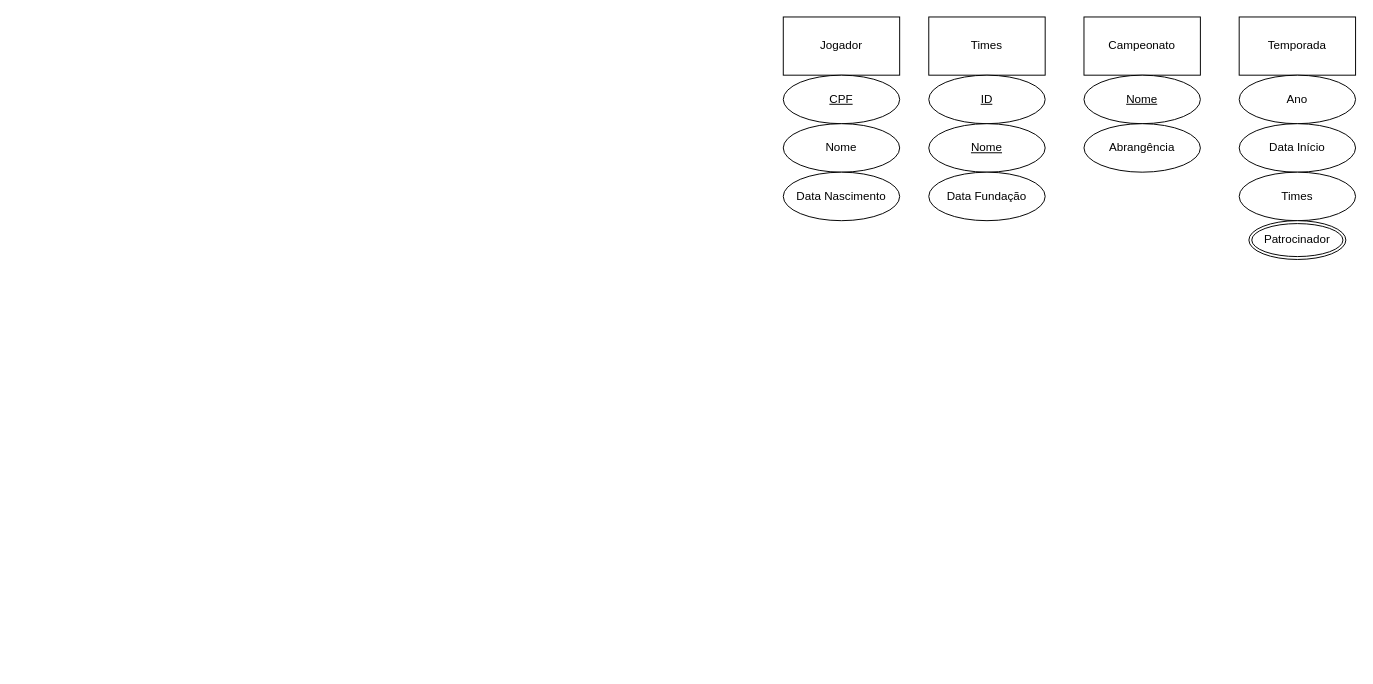
Before: Untitled Diagram.drawio in artfrc/SBD, a draw.io diagram. Source tidied: cells renumbered, new cells numbered last; positions are measured from the earlier drawing's top-left corner, leaving out a move shared by most shapes. Both pictures are drawn from the tidied source at 97%, with x=0, y=0 at pixel (783, 16).
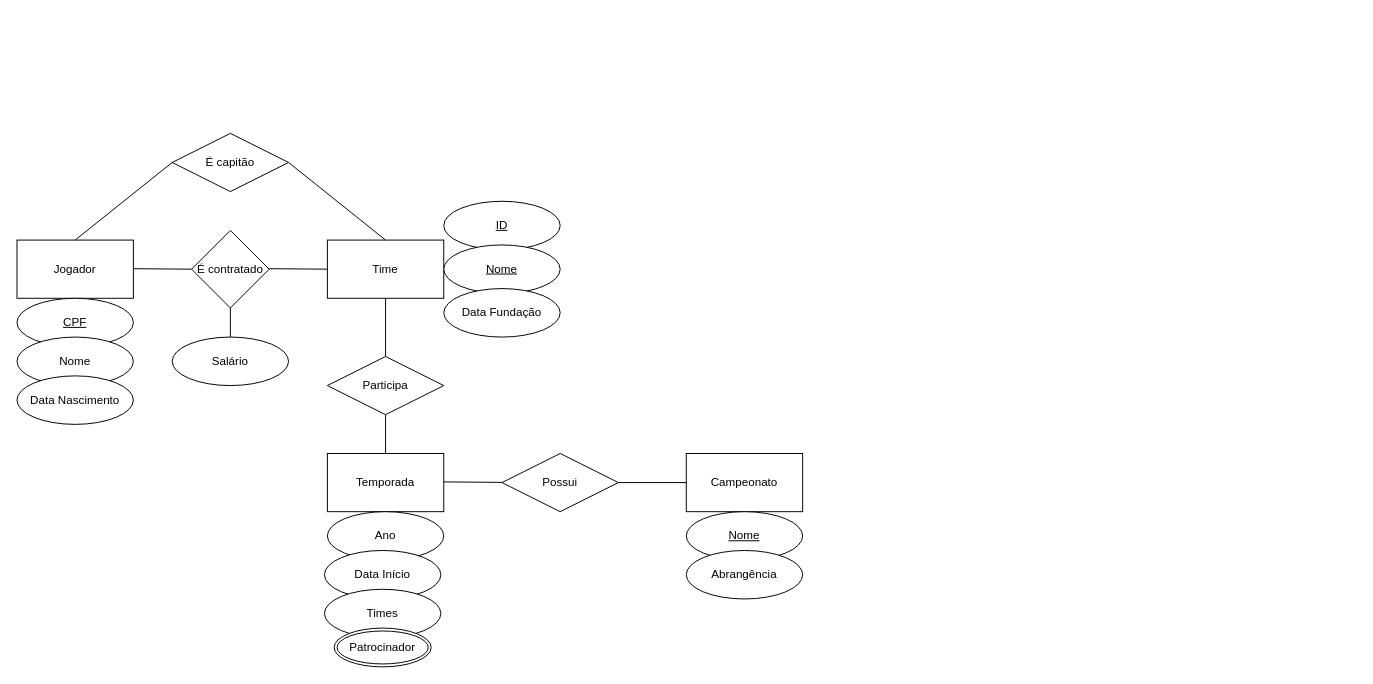
Above is the later version.

What changed in the source:
```diff
@@
+    <mxCell id="18" style="edgeStyle=orthogonalEdgeStyle;rounded=0;jettySize=auto;html=1;strokeColor=none;" parent="1" edge="1" source="2" target="19">
+      <mxGeometry relative="1" as="geometry" />
+    </mxCell>
     <mxCell id="2" value="Jogador" style="rounded=0;whiteSpace=wrap;html=1;" parent="1" vertex="1">
-      <mxGeometry width="120" height="60" as="geometry" />
+      <mxGeometry x="-790" y="230" width="120" height="60" as="geometry" />
     </mxCell>
     <mxCell id="3" value="&lt;u&gt;CPF&lt;/u&gt;" style="ellipse;whiteSpace=wrap;html=1;" parent="1" vertex="1">
-      <mxGeometry y="60" width="120" height="50" as="geometry" />
+      <mxGeometry x="-790" y="290" width="120" height="50" as="geometry" />
     </mxCell>
     <mxCell id="4" value="Nome" style="ellipse;whiteSpace=wrap;html=1;" parent="1" vertex="1">
-      <mxGeometry y="110" width="120" height="50" as="geometry" />
+      <mxGeometry x="-790" y="330" width="120" height="50" as="geometry" />
     </mxCell>
     <mxCell id="5" value="Data Nascimento" style="ellipse;whiteSpace=wrap;html=1;" parent="1" vertex="1">
-      <mxGeometry y="160" width="120" height="50" as="geometry" />
+      <mxGeometry x="-790" y="370" width="120" height="50" as="geometry" />
     </mxCell>
-    <mxCell id="6" value="Times" style="rounded=0;whiteSpace=wrap;html=1;" parent="1" vertex="1">
-      <mxGeometry x="150" width="120" height="60" as="geometry" />
+    <mxCell id="6" value="Time" style="rounded=0;whiteSpace=wrap;html=1;" parent="1" vertex="1">
+      <mxGeometry x="-470" y="230" width="120" height="60" as="geometry" />
     </mxCell>
     <mxCell id="7" value="&lt;u&gt;ID&lt;/u&gt;" style="ellipse;whiteSpace=wrap;html=1;" parent="1" vertex="1">
-      <mxGeometry x="150" y="60" width="120" height="50" as="geometry" />
+      <mxGeometry x="-350" y="190" width="120" height="50" as="geometry" />
     </mxCell>
     <mxCell id="8" value="&lt;u&gt;Nome&lt;/u&gt;" style="ellipse;whiteSpace=wrap;html=1;" parent="1" vertex="1">
-      <mxGeometry x="150" y="110" width="120" height="50" as="geometry" />
+      <mxGeometry x="-350" y="235" width="120" height="50" as="geometry" />
     </mxCell>
     <mxCell id="9" value="Data Fundação" style="ellipse;whiteSpace=wrap;html=1;" parent="1" vertex="1">
-      <mxGeometry x="150" y="160" width="120" height="50" as="geometry" />
+      <mxGeometry x="-350" y="280" width="120" height="50" as="geometry" />
     </mxCell>
     <mxCell id="10" value="Campeonato" style="rounded=0;whiteSpace=wrap;html=1;" parent="1" vertex="1">
-      <mxGeometry x="310" width="120" height="60" as="geometry" />
+      <mxGeometry x="-100" y="450" width="120" height="60" as="geometry" />
     </mxCell>
     <mxCell id="11" value="&lt;u&gt;Nome&lt;/u&gt;" style="ellipse;whiteSpace=wrap;html=1;" parent="1" vertex="1">
-      <mxGeometry x="310" y="60" width="120" height="50" as="geometry" />
+      <mxGeometry x="-100" y="510" width="120" height="50" as="geometry" />
     </mxCell>
     <mxCell id="12" value="Abrangência" style="ellipse;whiteSpace=wrap;html=1;" parent="1" vertex="1">
-      <mxGeometry x="310" y="110" width="120" height="50" as="geometry" />
+      <mxGeometry x="-100" y="550" width="120" height="50" as="geometry" />
     </mxCell>
     <mxCell id="13" value="Temporada" style="rounded=0;whiteSpace=wrap;html=1;" parent="1" vertex="1">
-      <mxGeometry x="470" width="120" height="60" as="geometry" />
+      <mxGeometry x="-470" y="450" width="120" height="60" as="geometry" />
     </mxCell>
     <mxCell id="14" value="Ano" style="ellipse;whiteSpace=wrap;html=1;" parent="1" vertex="1">
-      <mxGeometry x="470" y="60" width="120" height="50" as="geometry" />
+      <mxGeometry x="-470" y="510" width="120" height="50" as="geometry" />
     </mxCell>
     <mxCell id="15" value="Data Início" style="ellipse;whiteSpace=wrap;html=1;" parent="1" vertex="1">
-      <mxGeometry x="470" y="110" width="120" height="50" as="geometry" />
+      <mxGeometry x="-473" y="550" width="120" height="50" as="geometry" />
     </mxCell>
     <mxCell id="16" value="Times" style="ellipse;whiteSpace=wrap;html=1;" parent="1" vertex="1">
-      <mxGeometry x="470" y="160" width="120" height="50" as="geometry" />
+      <mxGeometry x="-473" y="590" width="120" height="50" as="geometry" />
     </mxCell>
     <mxCell id="17" value="Patrocinador" style="ellipse;shape=doubleEllipse;margin=3;whiteSpace=wrap;html=1;align=center;" parent="1" vertex="1">
-      <mxGeometry x="480" y="210" width="100" height="40" as="geometry" />
+      <mxGeometry x="-463" y="630" width="100" height="40" as="geometry" />
     </mxCell>
+    <mxCell id="19" value="É contratado" style="rhombus;whiteSpace=wrap;html=1;" parent="1" vertex="1">
+      <mxGeometry x="-610" y="220" width="80" height="80" as="geometry" />
+    </mxCell>
+    <mxCell id="20" value="Salário" style="ellipse;whiteSpace=wrap;html=1;" parent="1" vertex="1">
+      <mxGeometry x="-630" y="330" width="120" height="50" as="geometry" />
+    </mxCell>
+    <mxCell id="21" style="endArrow=none;html=1;rounded=0;" parent="1" edge="1">
+      <mxGeometry relative="1" as="geometry">
+        <mxPoint x="-670" y="259.5" as="sourcePoint" />
+        <mxPoint x="-610" y="260" as="targetPoint" />
+      </mxGeometry>
+    </mxCell>
+    <mxCell id="22" style="endArrow=none;html=1;rounded=0;" parent="1" edge="1">
+      <mxGeometry relative="1" as="geometry">
+        <mxPoint x="-530" y="259.5" as="sourcePoint" />
+        <mxPoint x="-470" y="260" as="targetPoint" />
+        <Array as="points">
+          <mxPoint x="-470" y="260" />
+        </Array>
+      </mxGeometry>
+    </mxCell>
+    <mxCell id="23" style="endArrow=none;html=1;rounded=0;" parent="1" edge="1">
+      <mxGeometry relative="1" as="geometry">
+        <mxPoint x="-570" y="330" as="sourcePoint" />
+        <mxPoint x="-570" y="300" as="targetPoint" />
+      </mxGeometry>
+    </mxCell>
+    <mxCell id="24" value="É capitão" style="shape=rhombus;perimeter=rhombusPerimeter;whiteSpace=wrap;html=1;align=center;" parent="1" vertex="1">
+      <mxGeometry x="-630" y="120" width="120" height="60" as="geometry" />
+    </mxCell>
+    <mxCell id="25" style="endArrow=none;html=1;rounded=0;entryX=0;entryY=0.5;entryDx=0;entryDy=0;exitX=0.5;exitY=0;exitDx=0;exitDy=0;" parent="1" edge="1" source="2" target="24">
+      <mxGeometry relative="1" as="geometry" />
+    </mxCell>
+    <mxCell id="26" style="endArrow=none;html=1;rounded=0;entryX=1;entryY=0.5;entryDx=0;entryDy=0;exitX=0.5;exitY=0;exitDx=0;exitDy=0;" parent="1" edge="1" source="6" target="24">
+      <mxGeometry relative="1" as="geometry" />
+    </mxCell>
+    <mxCell id="27" value="Possui" style="shape=rhombus;perimeter=rhombusPerimeter;whiteSpace=wrap;html=1;align=center;" parent="1" vertex="1">
+      <mxGeometry x="-290" y="450" width="120" height="60" as="geometry" />
+    </mxCell>
+    <mxCell id="28" style="endArrow=none;html=1;rounded=0;" parent="1" edge="1">
+      <mxGeometry relative="1" as="geometry">
+        <mxPoint x="-350" y="479.3" as="sourcePoint" />
+        <mxPoint x="-290" y="479.8" as="targetPoint" />
+        <Array as="points">
+          <mxPoint x="-290" y="479.8" />
+        </Array>
+      </mxGeometry>
+    </mxCell>
+    <mxCell id="29" style="edgeStyle=none;rounded=0;jettySize=auto;html=1;exitX=0.5;exitY=1;exitDx=0;exitDy=0;entryX=0.5;entryY=0;entryDx=0;entryDy=0;endArrow=none;endFill=0;" parent="1" edge="1" source="30" target="13">
+      <mxGeometry relative="1" as="geometry" />
+    </mxCell>
+    <mxCell id="30" value="Participa" style="shape=rhombus;perimeter=rhombusPerimeter;whiteSpace=wrap;html=1;align=center;" parent="1" vertex="1">
+      <mxGeometry x="-470" y="350" width="120" height="60" as="geometry" />
+    </mxCell>
+    <mxCell id="31" style="endArrow=none;html=1;rounded=0;entryX=0.5;entryY=1;entryDx=0;entryDy=0;exitX=0.5;exitY=0;exitDx=0;exitDy=0;" parent="1" edge="1" source="30" target="6">
+      <mxGeometry relative="1" as="geometry" />
+    </mxCell>
+    <mxCell id="32" style="endArrow=none;html=1;rounded=0;entryX=0;entryY=0.5;entryDx=0;entryDy=0;exitX=1;exitY=0.5;exitDx=0;exitDy=0;" parent="1" edge="1" source="27" target="10">
+      <mxGeometry relative="1" as="geometry" />
+    </mxCell>
```
